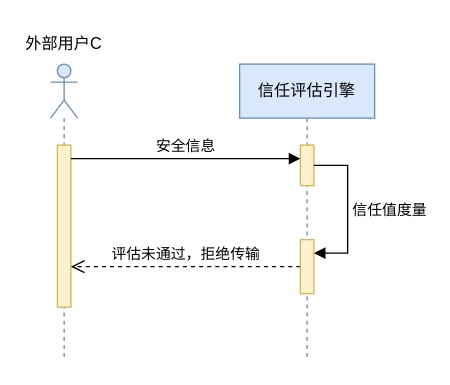
Before: 零信任安全性分析-1.drawio in ZhuShouCheng/notebook, a draw.io diagram. Source tidied: cells renumbered, new cells numbered last; positions are measured from the earlier drawing's top-left corner, leaving out a move shared by most shapes. Both pictures are drawn from the tidied source at 135%, with x=0, y=0 at pixel (23, 23).
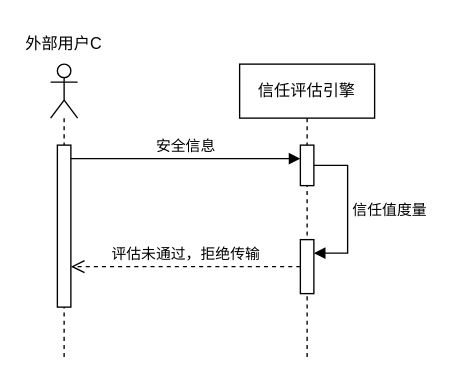
The same diagram, later.

Commit message (it also covers changes not shown here):
更新零信任安全性分析-1.drawio

Change to the diagram source:
```diff
@@
 <mxGraphModel>
   <root>
     <mxCell id="0" />
     <mxCell id="1" parent="0" />
-    <mxCell id="2" style="shape=umlLifeline;perimeter=lifelinePerimeter;whiteSpace=wrap;html=1;newEdgeStyle={&quot;edgeStyle&quot;:&quot;elbowEdgeStyle&quot;,&quot;elbow&quot;:&quot;vertical&quot;,&quot;curved&quot;:0,&quot;rounded&quot;:0};participant=umlActor;fillColor=#dae8fc;strokeColor=#6c8ebf;" parent="1" vertex="1">
+    <mxCell id="2" style="shape=umlLifeline;perimeter=lifelinePerimeter;whiteSpace=wrap;html=1;newEdgeStyle={&quot;edgeStyle&quot;:&quot;elbowEdgeStyle&quot;,&quot;elbow&quot;:&quot;vertical&quot;,&quot;curved&quot;:0,&quot;rounded&quot;:0};participant=umlActor;" parent="1" vertex="1">
       <mxGeometry x="20" y="30" width="20" height="220" as="geometry" />
     </mxCell>
-    <mxCell id="3" style="html=1;points=[];perimeter=orthogonalPerimeter;outlineConnect=0;targetShapes=umlLifeline;portConstraint=eastwest;newEdgeStyle={&quot;edgeStyle&quot;:&quot;elbowEdgeStyle&quot;,&quot;elbow&quot;:&quot;vertical&quot;,&quot;curved&quot;:0,&quot;rounded&quot;:0};fillColor=#fff2cc;strokeColor=#d6b656;" parent="2" vertex="1">
+    <mxCell id="3" style="html=1;points=[];perimeter=orthogonalPerimeter;outlineConnect=0;targetShapes=umlLifeline;portConstraint=eastwest;newEdgeStyle={&quot;edgeStyle&quot;:&quot;elbowEdgeStyle&quot;,&quot;elbow&quot;:&quot;vertical&quot;,&quot;curved&quot;:0,&quot;rounded&quot;:0};" parent="2" vertex="1">
       <mxGeometry x="5" y="60" width="10" height="120" as="geometry" />
     </mxCell>
     <mxCell id="4" value="外部用户C" style="text;html=1;strokeColor=none;fillColor=none;align=center;verticalAlign=middle;whiteSpace=wrap;rounded=0;" parent="1" vertex="1">
       <mxGeometry width="60" height="30" as="geometry" />
     </mxCell>
-    <mxCell id="5" value="信任评估引擎" style="shape=umlLifeline;perimeter=lifelinePerimeter;whiteSpace=wrap;html=1;newEdgeStyle={&quot;edgeStyle&quot;:&quot;elbowEdgeStyle&quot;,&quot;elbow&quot;:&quot;vertical&quot;,&quot;curved&quot;:0,&quot;rounded&quot;:0};fillColor=#dae8fc;strokeColor=#6c8ebf;" parent="1" vertex="1">
+    <mxCell id="5" value="信任评估引擎" style="shape=umlLifeline;perimeter=lifelinePerimeter;whiteSpace=wrap;html=1;newEdgeStyle={&quot;edgeStyle&quot;:&quot;elbowEdgeStyle&quot;,&quot;elbow&quot;:&quot;vertical&quot;,&quot;curved&quot;:0,&quot;rounded&quot;:0};" parent="1" vertex="1">
       <mxGeometry x="160" y="30" width="100" height="220" as="geometry" />
     </mxCell>
-    <mxCell id="6" style="html=1;points=[];perimeter=orthogonalPerimeter;outlineConnect=0;targetShapes=umlLifeline;portConstraint=eastwest;newEdgeStyle={&quot;edgeStyle&quot;:&quot;elbowEdgeStyle&quot;,&quot;elbow&quot;:&quot;vertical&quot;,&quot;curved&quot;:0,&quot;rounded&quot;:0};fillColor=#fff2cc;strokeColor=#d6b656;" parent="5" vertex="1">
+    <mxCell id="6" style="html=1;points=[];perimeter=orthogonalPerimeter;outlineConnect=0;targetShapes=umlLifeline;portConstraint=eastwest;newEdgeStyle={&quot;edgeStyle&quot;:&quot;elbowEdgeStyle&quot;,&quot;elbow&quot;:&quot;vertical&quot;,&quot;curved&quot;:0,&quot;rounded&quot;:0};" parent="5" vertex="1">
       <mxGeometry x="45" y="60" width="10" height="30" as="geometry" />
     </mxCell>
     <mxCell id="7" value="安全信息" style="html=1;verticalAlign=bottom;endArrow=block;edgeStyle=elbowEdgeStyle;elbow=vertical;curved=0;rounded=0;" parent="1" edge="1" source="3" target="6">
       <mxGeometry relative="1" as="geometry">
         <Array as="points">
           <mxPoint x="80" y="100" />
         </Array>
       </mxGeometry>
     </mxCell>
     <mxCell id="8" value="评估未通过，拒绝传输" style="html=1;verticalAlign=bottom;endArrow=open;dashed=1;endSize=8;edgeStyle=elbowEdgeStyle;elbow=vertical;curved=0;rounded=0;" parent="1" edge="1" source="10" target="3">
       <mxGeometry relative="1" as="geometry">
         <Array as="points">
           <mxPoint x="170" y="180" />
           <mxPoint x="150" y="140" />
         </Array>
       </mxGeometry>
     </mxCell>
     <mxCell id="9" value="信任值度量" style="html=1;align=left;spacingLeft=2;endArrow=block;rounded=0;edgeStyle=orthogonalEdgeStyle;curved=0;rounded=0;" parent="1" edge="1" source="6" target="10">
       <mxGeometry relative="1" as="geometry">
         <Array as="points">
           <mxPoint x="240" y="105" />
           <mxPoint x="240" y="170" />
         </Array>
       </mxGeometry>
     </mxCell>
-    <mxCell id="10" style="html=1;points=[];perimeter=orthogonalPerimeter;outlineConnect=0;targetShapes=umlLifeline;portConstraint=eastwest;newEdgeStyle={&quot;edgeStyle&quot;:&quot;elbowEdgeStyle&quot;,&quot;elbow&quot;:&quot;vertical&quot;,&quot;curved&quot;:0,&quot;rounded&quot;:0};fillColor=#fff2cc;strokeColor=#d6b656;" parent="1" vertex="1">
+    <mxCell id="10" style="html=1;points=[];perimeter=orthogonalPerimeter;outlineConnect=0;targetShapes=umlLifeline;portConstraint=eastwest;newEdgeStyle={&quot;edgeStyle&quot;:&quot;elbowEdgeStyle&quot;,&quot;elbow&quot;:&quot;vertical&quot;,&quot;curved&quot;:0,&quot;rounded&quot;:0};" parent="1" vertex="1">
       <mxGeometry x="205" y="160" width="10" height="40" as="geometry" />
     </mxCell>
   </root>
 </mxGraphModel>
```
